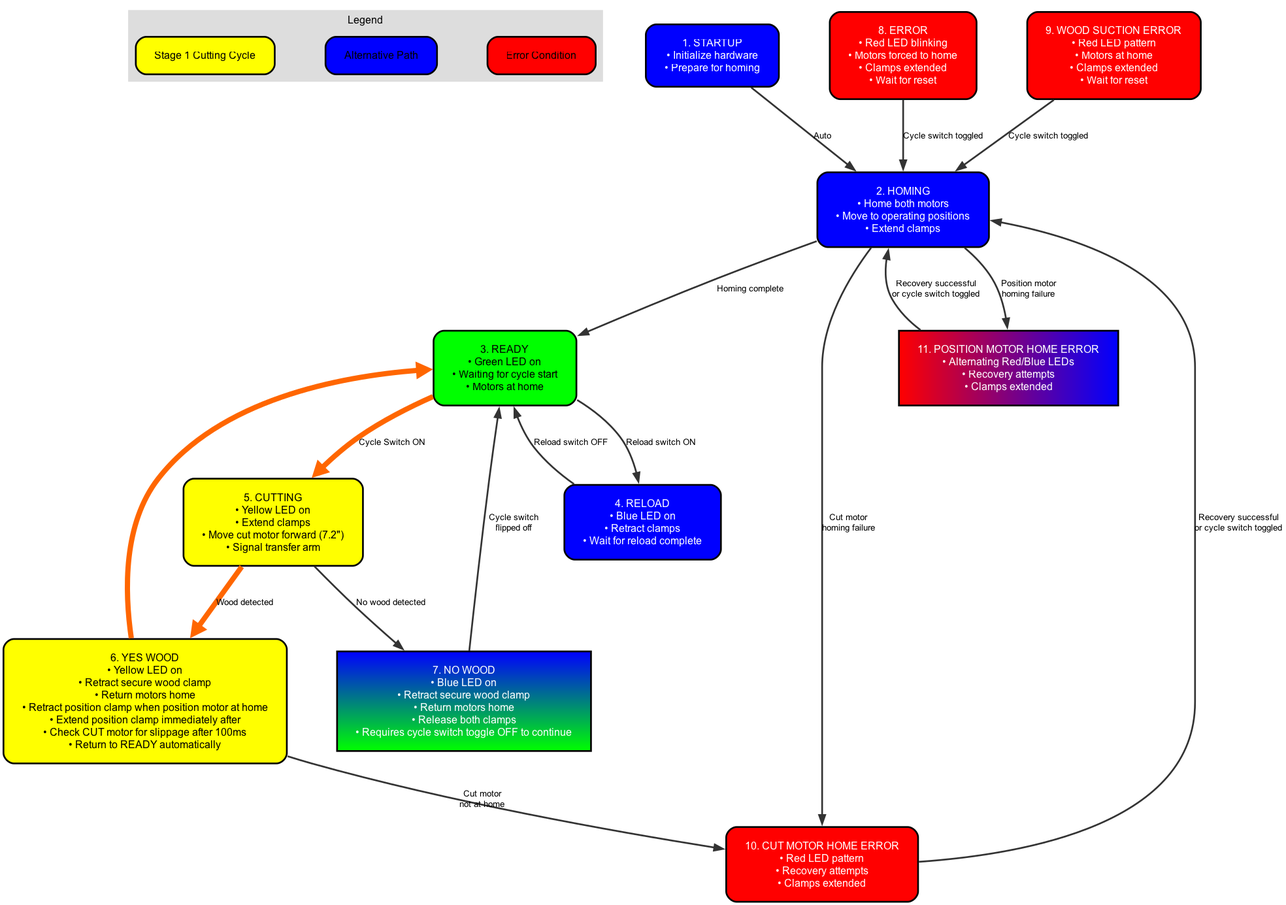
Earlier version of the Graphviz export flowcharts/png_files/cutting_machine_flowchart.png (akivaweil/Stage-1-Mar25). Its source is kept beside it as flowcharts/dot_files/cutting_machine_flowchart.dot.
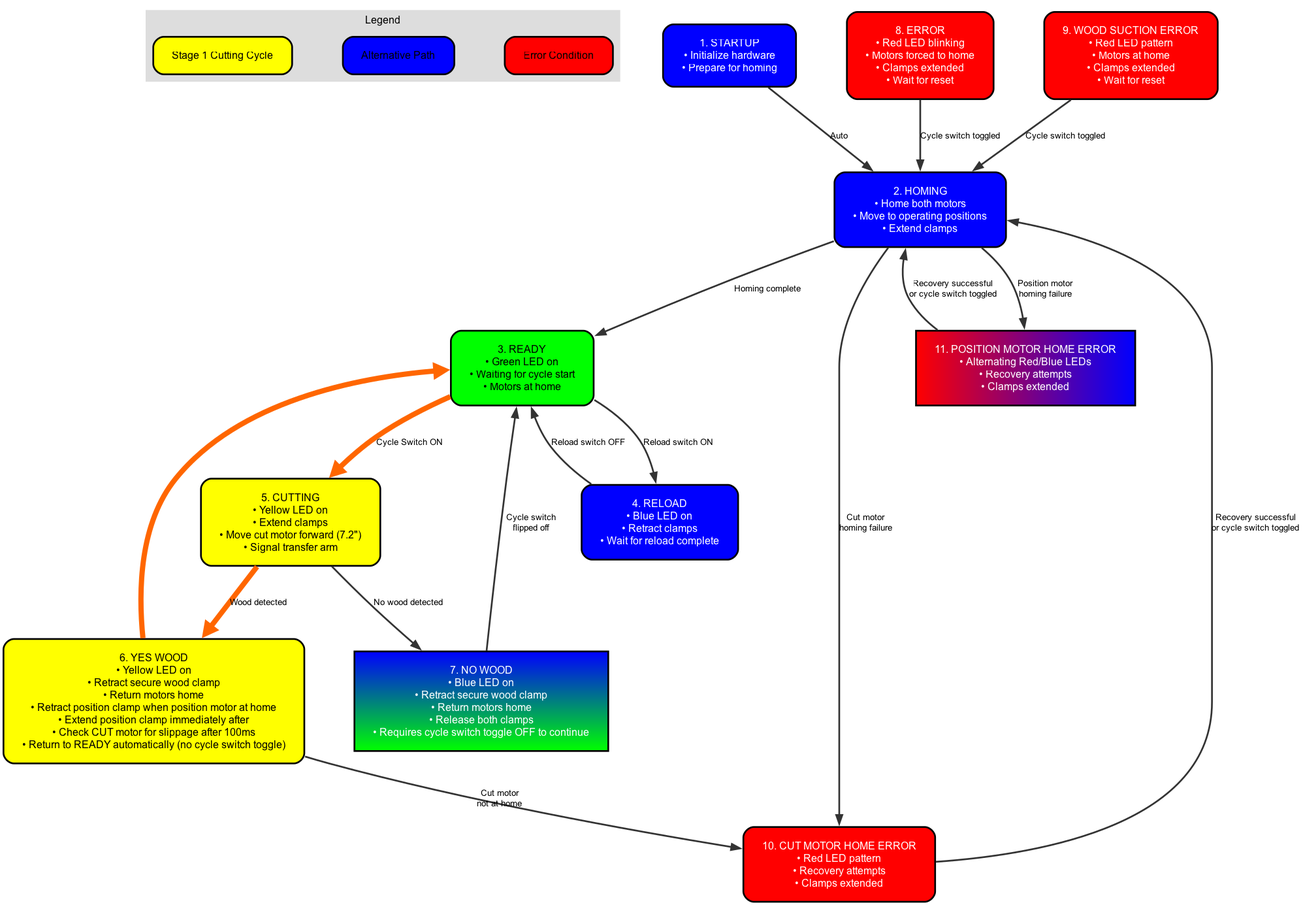
Above is the later version.

Commit message:
Clarified cutting motion: only cut motor moves during cutting, position motor stays at 3.45". Removed unused cycle toggle function from YESWOOD

The edit, as a diff of the source:
```diff
@@ -19,7 +19,7 @@
   READY [label="3. READY\n• Green LED on\n• Waiting for cycle start\n• Motors at home", fillcolor="#00FF00"];
   RELOAD [label="4. RELOAD\n• Blue LED on\n• Retract clamps\n• Wait for reload complete", fillcolor="#0000FF", fontcolor="white"];
   CUTTING [label="5. CUTTING\n• Yellow LED on\n• Extend clamps\n• Move cut motor forward (7.2\")\n• Signal transfer arm", fillcolor="#FFFF00"];
-  YESWOOD [label="6. YES WOOD\n• Yellow LED on\n• Retract secure wood clamp\n• Return motors home\n• Retract position clamp when position motor at home\n• Extend position clamp immediately after\n• Check CUT motor for slippage after 100ms\n• Return to READY automatically", fillcolor="#FFFF00"];
+  YESWOOD [label="6. YES WOOD\n• Yellow LED on\n• Retract secure wood clamp\n• Return motors home\n• Retract position clamp when position motor at home\n• Extend position clamp immediately after\n• Check CUT motor for slippage after 100ms\n• Return to READY automatically (no cycle switch toggle)", fillcolor="#FFFF00"];
   NOWOOD [label="7. NO WOOD\n• Blue LED on\n• Retract secure wood clamp\n• Return motors home\n• Release both clamps\n• Requires cycle switch toggle OFF to continue", style="filled", fillcolor="#0000FF:#00FF00", fontcolor="white", gradientangle=270];
   ERROR [label="8. ERROR\n• Red LED blinking\n• Motors forced to home\n• Clamps extended\n• Wait for reset", fillcolor="#FF0000", fontcolor="white"];
   WOOD_SUCTION_ERROR [label="9. WOOD SUCTION ERROR\n• Red LED pattern\n• Motors at home\n• Clamps extended\n• Wait for reset", fillcolor="#FF0000", fontcolor="white"];
```
